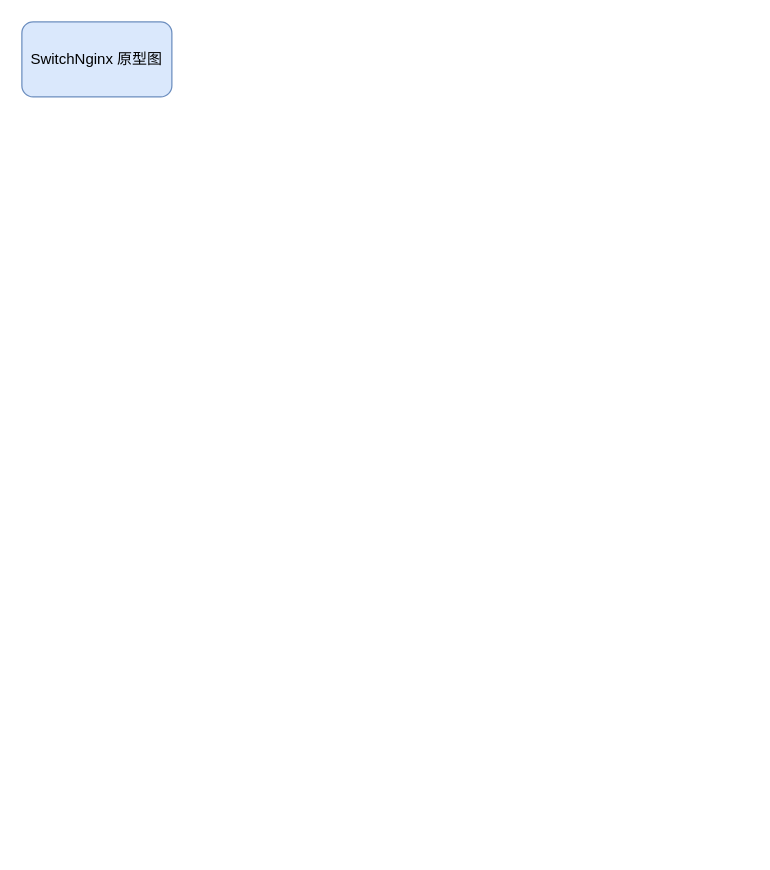
hauk0101/draw_io keeps this draw.io diagram as SwitchNginx/SwitchNginx.drawio. Above is the earlier version. Source tidied: cells renumbered, new cells numbered last; positions are measured from the earlier drawing's top-left corner, leaving out a move shared by most shapes. Both pictures are drawn from the tidied source at 125%, with x=0, y=0 at pixel (21, 21).
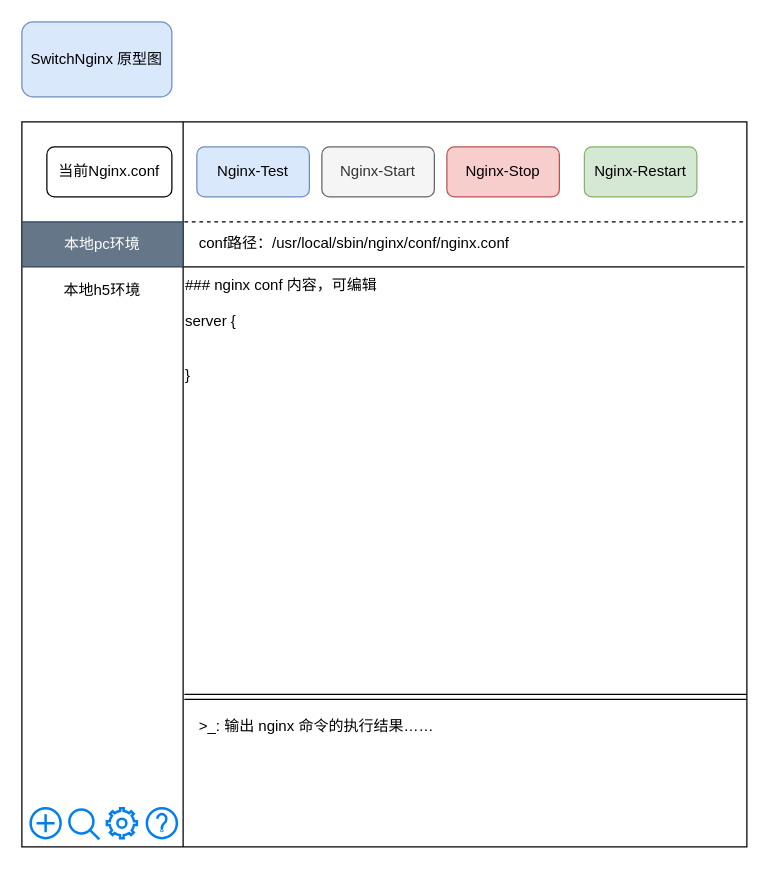
The same diagram, later.

The edit, as a diff of the source:
```diff
@@
+    <mxCell id="3" style="whiteSpace=wrap;html=1;" parent="1" vertex="1">
+      <mxGeometry y="80" width="580" height="580" as="geometry" />
+    </mxCell>
@@
+    <mxCell id="4" value="当前Nginx.conf" style="rounded=1;whiteSpace=wrap;html=1;" parent="1" vertex="1">
+      <mxGeometry x="20" y="100" width="100" height="40" as="geometry" />
+    </mxCell>
+    <mxCell id="5" value="Nginx-Test" style="rounded=1;whiteSpace=wrap;html=1;fillColor=#dae8fc;strokeColor=#6c8ebf;" parent="1" vertex="1">
+      <mxGeometry x="140" y="100" width="90" height="40" as="geometry" />
+    </mxCell>
+    <mxCell id="6" value="Nginx-Start" style="rounded=1;whiteSpace=wrap;html=1;fillColor=#f5f5f5;strokeColor=#666666;fontColor=#333333;" parent="1" vertex="1">
+      <mxGeometry x="240" y="100" width="90" height="40" as="geometry" />
+    </mxCell>
+    <mxCell id="7" value="Nginx-Stop" style="rounded=1;whiteSpace=wrap;html=1;fillColor=#f8cecc;strokeColor=#b85450;" parent="1" vertex="1">
+      <mxGeometry x="340" y="100" width="90" height="40" as="geometry" />
+    </mxCell>
+    <mxCell id="8" value="Nginx-Restart" style="rounded=1;whiteSpace=wrap;html=1;fillColor=#d5e8d4;strokeColor=#82b366;" parent="1" vertex="1">
+      <mxGeometry x="450" y="100" width="90" height="40" as="geometry" />
+    </mxCell>
+    <mxCell id="9" style="endArrow=none;html=1;" parent="1" edge="1">
+      <mxGeometry relative="1" as="geometry">
+        <mxPoint x="129" y="80" as="sourcePoint" />
+        <mxPoint x="129" y="660" as="targetPoint" />
+      </mxGeometry>
+    </mxCell>
+    <mxCell id="10" style="shape=link;html=1;" parent="1" edge="1">
+      <mxGeometry relative="1" as="geometry">
+        <mxPoint x="130" y="540" as="sourcePoint" />
+        <mxPoint x="580" y="540" as="targetPoint" />
+      </mxGeometry>
+    </mxCell>
+    <mxCell id="11" style="endArrow=none;html=1;" parent="1" edge="1">
+      <mxGeometry relative="1" as="geometry">
+        <mxPoint x="128" y="196" as="sourcePoint" />
+        <mxPoint x="578" y="196" as="targetPoint" />
+      </mxGeometry>
+    </mxCell>
+    <mxCell id="12" style="endArrow=none;dashed=1;html=1;" parent="1" edge="1">
+      <mxGeometry relative="1" as="geometry">
+        <mxPoint x="130" y="160" as="sourcePoint" />
+        <mxPoint x="580" y="160" as="targetPoint" />
+      </mxGeometry>
+    </mxCell>
+    <mxCell id="13" value="conf路径：/usr/local/sbin/nginx/conf/nginx.conf" style="text;html=1;strokeColor=none;fillColor=none;align=left;verticalAlign=middle;whiteSpace=wrap;rounded=0;" parent="1" vertex="1">
+      <mxGeometry x="140" y="164" width="430" height="26" as="geometry" />
+    </mxCell>
+    <mxCell id="14" style="html=1;verticalLabelPosition=bottom;align=center;labelBackgroundColor=#ffffff;verticalAlign=top;strokeWidth=2;strokeColor=#0080F0;fillColor=#ffffff;shadow=0;dashed=0;shape=mxgraph.ios7.icons.add;" parent="1" vertex="1">
+      <mxGeometry x="7" y="629" width="24" height="24" as="geometry" />
+    </mxCell>
+    <mxCell id="15" style="html=1;verticalLabelPosition=bottom;align=center;labelBackgroundColor=#ffffff;verticalAlign=top;strokeWidth=2;strokeColor=#0080F0;fillColor=#ffffff;shadow=0;dashed=0;shape=mxgraph.ios7.icons.settings;" parent="1" vertex="1">
+      <mxGeometry x="68" y="629" width="24" height="24" as="geometry" />
+    </mxCell>
+    <mxCell id="16" value="本地pc环境" style="text;html=1;strokeColor=#314354;fillColor=#647687;align=center;verticalAlign=middle;whiteSpace=wrap;rounded=0;fontColor=#ffffff;" parent="1" vertex="1">
+      <mxGeometry y="160" width="129" height="36" as="geometry" />
+    </mxCell>
+    <mxCell id="17" value="&amp;gt;_: 输出 nginx 命令的执行结果……" style="text;html=1;strokeColor=none;fillColor=none;align=left;verticalAlign=top;whiteSpace=wrap;rounded=0;" parent="1" vertex="1">
+      <mxGeometry x="140" y="550" width="430" height="100" as="geometry" />
+    </mxCell>
+    <mxCell id="18" style="html=1;verticalLabelPosition=bottom;align=center;labelBackgroundColor=#ffffff;verticalAlign=top;strokeWidth=2;strokeColor=#0080F0;fillColor=#ffffff;shadow=0;dashed=0;shape=mxgraph.ios7.icons.help;" parent="1" vertex="1">
+      <mxGeometry x="100" y="629" width="24" height="24" as="geometry" />
+    </mxCell>
+    <mxCell id="19" style="html=1;verticalLabelPosition=bottom;align=center;labelBackgroundColor=#ffffff;verticalAlign=top;strokeWidth=2;strokeColor=#0080F0;fillColor=#ffffff;shadow=0;dashed=0;shape=mxgraph.ios7.icons.looking_glass;" parent="1" vertex="1">
+      <mxGeometry x="38" y="630" width="24" height="24" as="geometry" />
+    </mxCell>
+    <mxCell id="20" value="本地h5环境" style="text;html=1;align=center;verticalAlign=middle;whiteSpace=wrap;rounded=0;" parent="1" vertex="1">
+      <mxGeometry y="197" width="129" height="36" as="geometry" />
+    </mxCell>
+    <mxCell id="21" value="### nginx conf 内容，可编辑&lt;br&gt;&lt;br&gt;server {&lt;br&gt;&lt;br&gt;&lt;br&gt;}&lt;br&gt;" style="text;html=1;strokeColor=none;fillColor=none;align=left;verticalAlign=top;whiteSpace=wrap;rounded=0;" parent="1" vertex="1">
+      <mxGeometry x="129" y="197" width="451" height="343" as="geometry" />
+    </mxCell>
```
